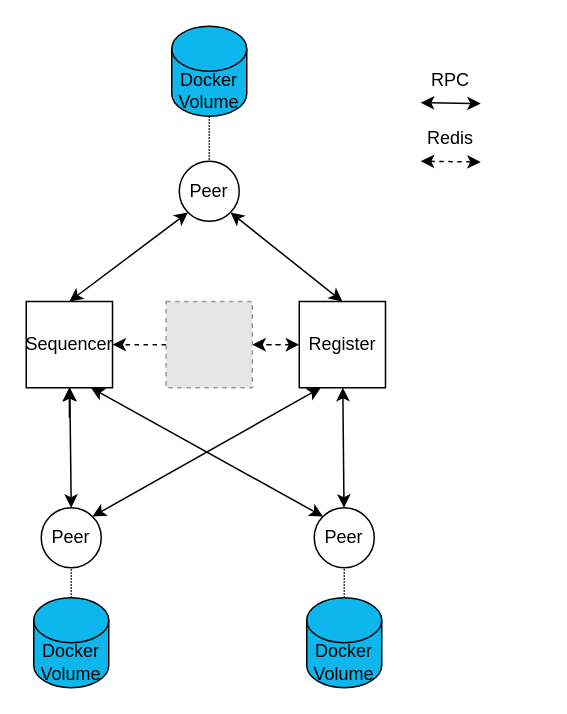
Above: architecture/architecture_1.drawio in alessandrochillotti/sdcc-project (draw.io), before the change. Source tidied: cells renumbered, new cells numbered last; positions are measured from the earlier drawing's top-left corner, leaving out a move shared by most shapes. Both pictures are drawn from the tidied source at 150%, with x=0, y=0 at pixel (26, 26). Pictures stored in the file or linked from it are replaced by grey dashed boxes.
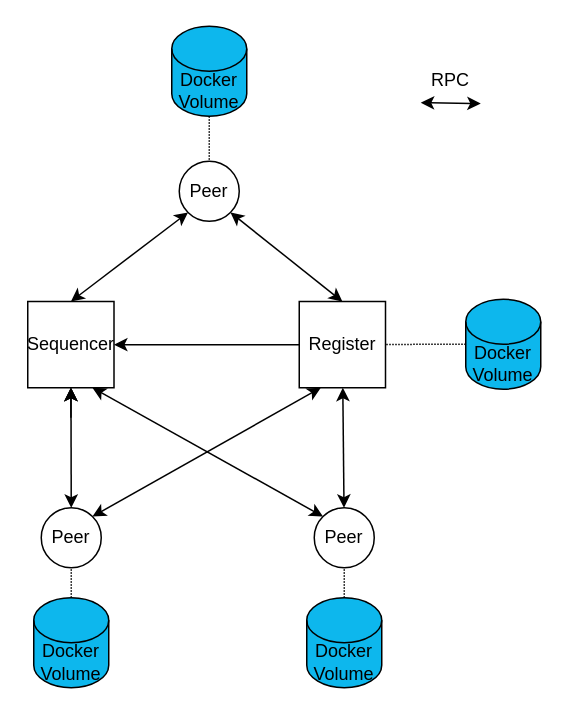
The same page after the edit.

Commit message (it also covers changes not shown here):
Aggiornate le architetture

Unchanged cells that the change refers to:
```xml
<mxCell id="14" value="Register" style="whiteSpace=wrap;html=1;" parent="1" vertex="1">
  <mxGeometry x="182" y="183.5" width="57.5" height="57.5" as="geometry" />
</mxCell>
```

The edit, as a diff of the source:
```diff
@@
     <mxCell id="10" value="Sequencer" style="whiteSpace=wrap;html=1;" parent="1" vertex="1">
-      <mxGeometry y="183.5" width="57.5" height="57.5" as="geometry" />
+      <mxGeometry x="1" y="183.5" width="57.5" height="57.5" as="geometry" />
     </mxCell>
@@
-    <mxCell id="13" style="edgeStyle=orthogonalEdgeStyle;rounded=0;jettySize=auto;html=1;startArrow=classic;startFill=1;dashed=1;" parent="1" edge="1" source="14" target="22">
-      <mxGeometry relative="1" as="geometry" />
-    </mxCell>
+    <mxCell id="27" style="edgeStyle=orthogonalEdgeStyle;rounded=0;jettySize=auto;html=1;exitX=0;exitY=0.5;exitDx=0;exitDy=0;entryX=1;entryY=0.5;entryDx=0;entryDy=0;" parent="1" edge="1" source="14" target="10">
+      <mxGeometry relative="1" as="geometry" />
+    </mxCell>
@@
-    <mxCell id="21" style="edgeStyle=orthogonalEdgeStyle;rounded=0;jettySize=auto;html=1;entryX=1;entryY=0.5;entryDx=0;entryDy=0;dashed=1;" parent="1" edge="1" source="22" target="10">
-      <mxGeometry relative="1" as="geometry" />
-    </mxCell>
-    <mxCell id="22" style="fillColor=#E6E6E6;strokeColor=#999999;dashed=1;verticalLabelPosition=bottom;labelBackgroundColor=#ffffff;verticalAlign=top;" parent="1" vertex="1">
-      <mxGeometry x="93.2" y="183.5" width="57.5" height="57.5" as="geometry" />
-    </mxCell>
@@
-    <mxCell id="25" style="edgeStyle=none;rounded=0;orthogonalLoop=1;jettySize=auto;html=1;exitX=1;exitY=0.5;exitDx=0;exitDy=0;startArrow=classic;startFill=1;endArrow=classic;endFill=1;dashed=1;" parent="1" edge="1">
-      <mxGeometry relative="1" as="geometry">
-        <mxPoint x="263" y="90" as="sourcePoint" />
-        <mxPoint x="303" y="90.5" as="targetPoint" />
-      </mxGeometry>
-    </mxCell>
-    <mxCell id="26" value="Redis" style="text;html=1;strokeColor=none;fillColor=none;align=center;verticalAlign=middle;whiteSpace=wrap;rounded=0;" parent="1" vertex="1">
-      <mxGeometry x="253" y="60" width="60" height="30" as="geometry" />
-    </mxCell>
+    <mxCell id="28" style="edgeStyle=orthogonalEdgeStyle;rounded=0;jettySize=auto;html=1;entryX=1;entryY=0.5;entryDx=0;entryDy=0;endArrow=none;endFill=0;dashed=1;dashPattern=1 1;" parent="1" edge="1" source="29" target="14">
+      <mxGeometry relative="1" as="geometry" />
+    </mxCell>
+    <mxCell id="29" value="&lt;div&gt;Docker&lt;/div&gt;&lt;div&gt;Volume&lt;br&gt;&lt;/div&gt;" style="shape=cylinder3;whiteSpace=wrap;html=1;boundedLbl=1;backgroundOutline=1;size=15;strokeWidth=1;fillColor=#0db7ed;" parent="1" vertex="1">
+      <mxGeometry x="293" y="182" width="50" height="60" as="geometry" />
+    </mxCell>
```
